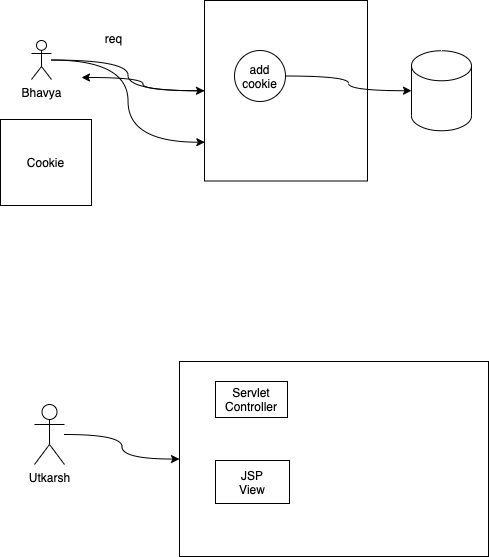
Before: images/day13.drawio.png, a diagram exported from draw.io (adithnaveen/sapient-freshers-aem-oct-2021). Source tidied: cells renumbered, new cells last; positions are measured from the earlier drawing's top-left corner, leaving out a move shared by most shapes. The source it was exported from:
```xml
<mxGraphModel>
  <root>
    <mxCell id="0" />
    <mxCell id="1" parent="0" />
    <mxCell id="2" style="edgeStyle=orthogonalEdgeStyle;curved=1;rounded=0;jettySize=auto;html=1;" parent="1" edge="1" source="4" target="6">
      <mxGeometry relative="1" as="geometry" />
    </mxCell>
    <mxCell id="3" style="edgeStyle=orthogonalEdgeStyle;curved=1;rounded=0;jettySize=auto;html=1;entryX=0.002;entryY=0.785;entryDx=0;entryDy=0;entryPerimeter=0;" parent="1" edge="1" source="4" target="6">
      <mxGeometry relative="1" as="geometry" />
    </mxCell>
    <mxCell id="4" value="Bhavya" style="shape=umlActor;verticalLabelPosition=bottom;verticalAlign=top;html=1;outlineConnect=0;" parent="1" vertex="1">
      <mxGeometry x="31" y="40" width="20" height="39" as="geometry" />
    </mxCell>
    <mxCell id="5" style="edgeStyle=orthogonalEdgeStyle;curved=1;rounded=0;jettySize=auto;html=1;" parent="1" edge="1" source="6">
      <mxGeometry relative="1" as="geometry">
        <mxPoint x="81" y="77" as="targetPoint" />
      </mxGeometry>
    </mxCell>
    <mxCell id="6" style="rounded=0;whiteSpace=wrap;html=1;" parent="1" vertex="1">
      <mxGeometry x="204" width="163" height="180.5" as="geometry" />
    </mxCell>
    <mxCell id="7" value="req" style="text;html=1;align=center;verticalAlign=middle;strokeColor=none;" parent="1" vertex="1">
      <mxGeometry x="99" y="29" width="27" height="18" as="geometry" />
    </mxCell>
    <mxCell id="8" style="edgeStyle=orthogonalEdgeStyle;curved=1;rounded=0;jettySize=auto;html=1;" parent="1" edge="1" source="9" target="11">
      <mxGeometry relative="1" as="geometry" />
    </mxCell>
    <mxCell id="9" value="add&lt;br&gt;cookie" style="ellipse;whiteSpace=wrap;html=1;" parent="1" vertex="1">
      <mxGeometry x="234" y="50" width="51" height="51" as="geometry" />
    </mxCell>
    <mxCell id="10" value="Cookie" style="rounded=0;whiteSpace=wrap;html=1;" parent="1" vertex="1">
      <mxGeometry y="119" width="91" height="86" as="geometry" />
    </mxCell>
    <mxCell id="11" style="shape=cylinder3;whiteSpace=wrap;html=1;boundedLbl=1;backgroundOutline=1;size=15;" parent="1" vertex="1">
      <mxGeometry x="411" y="50.2" width="60" height="80" as="geometry" />
    </mxCell>
    <mxCell id="12" style="edgeStyle=orthogonalEdgeStyle;curved=1;rounded=0;jettySize=auto;html=1;" parent="1" edge="1" source="13" target="14">
      <mxGeometry relative="1" as="geometry" />
    </mxCell>
    <mxCell id="13" value="Utkarsh" style="shape=umlActor;verticalLabelPosition=bottom;verticalAlign=top;html=1;outlineConnect=0;" parent="1" vertex="1">
      <mxGeometry x="34" y="404" width="30" height="60" as="geometry" />
    </mxCell>
    <mxCell id="14" style="rounded=0;whiteSpace=wrap;html=1;" parent="1" vertex="1">
      <mxGeometry x="179" y="361" width="309" height="195" as="geometry" />
    </mxCell>
    <mxCell id="15" value="Servlet&lt;br&gt;Controller" style="rounded=0;whiteSpace=wrap;html=1;" parent="1" vertex="1">
      <mxGeometry x="215" y="381" width="72" height="36" as="geometry" />
    </mxCell>
    <mxCell id="16" value="JSP&lt;br&gt;View" style="rounded=0;whiteSpace=wrap;html=1;" parent="1" vertex="1">
      <mxGeometry x="215" y="460" width="74" height="43" as="geometry" />
    </mxCell>
  </root>
</mxGraphModel>
```
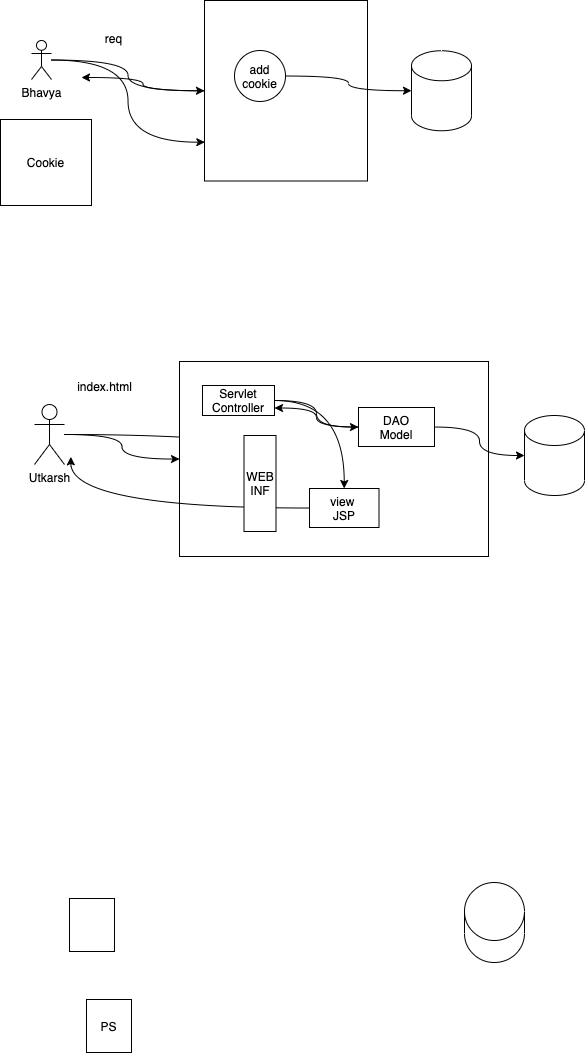
Later version of the same file.

Change to the diagram source:
```diff
@@ -37,17 +37,58 @@
     <mxCell id="12" style="edgeStyle=orthogonalEdgeStyle;curved=1;rounded=0;jettySize=auto;html=1;" parent="1" edge="1" source="13" target="14">
       <mxGeometry relative="1" as="geometry" />
     </mxCell>
+    <mxCell id="17" style="edgeStyle=orthogonalEdgeStyle;curved=1;rounded=0;jettySize=auto;html=1;" parent="1" edge="1" source="13" target="25">
+      <mxGeometry relative="1" as="geometry" />
+    </mxCell>
     <mxCell id="13" value="Utkarsh" style="shape=umlActor;verticalLabelPosition=bottom;verticalAlign=top;html=1;outlineConnect=0;" parent="1" vertex="1">
       <mxGeometry x="34" y="404" width="30" height="60" as="geometry" />
     </mxCell>
     <mxCell id="14" style="rounded=0;whiteSpace=wrap;html=1;" parent="1" vertex="1">
       <mxGeometry x="179" y="361" width="309" height="195" as="geometry" />
     </mxCell>
+    <mxCell id="18" style="edgeStyle=orthogonalEdgeStyle;curved=1;rounded=0;jettySize=auto;html=1;" parent="1" edge="1" source="15" target="22">
+      <mxGeometry relative="1" as="geometry" />
+    </mxCell>
+    <mxCell id="19" style="edgeStyle=orthogonalEdgeStyle;curved=1;rounded=0;jettySize=auto;html=1;" parent="1" edge="1" source="15" target="25">
+      <mxGeometry relative="1" as="geometry" />
+    </mxCell>
     <mxCell id="15" value="Servlet&lt;br&gt;Controller" style="rounded=0;whiteSpace=wrap;html=1;" parent="1" vertex="1">
-      <mxGeometry x="215" y="381" width="72" height="36" as="geometry" />
+      <mxGeometry x="202" y="385" width="72" height="30" as="geometry" />
     </mxCell>
-    <mxCell id="16" value="JSP&lt;br&gt;View" style="rounded=0;whiteSpace=wrap;html=1;" parent="1" vertex="1">
-      <mxGeometry x="215" y="460" width="74" height="43" as="geometry" />
-    </mxCell>
+    <mxCell id="20" style="edgeStyle=orthogonalEdgeStyle;curved=1;rounded=0;jettySize=auto;html=1;" parent="1" edge="1" source="22" target="23">
+      <mxGeometry relative="1" as="geometry" />
+    </mxCell>
+    <mxCell id="21" style="edgeStyle=orthogonalEdgeStyle;curved=1;rounded=0;jettySize=auto;html=1;entryX=1;entryY=0.75;entryDx=0;entryDy=0;" parent="1" edge="1" source="22" target="15">
+      <mxGeometry relative="1" as="geometry" />
+    </mxCell>
+    <mxCell id="22" value="DAO&lt;br&gt;Model" style="rounded=0;whiteSpace=wrap;html=1;" parent="1" vertex="1">
+      <mxGeometry x="358" y="407" width="76" height="39" as="geometry" />
+    </mxCell>
+    <mxCell id="23" style="shape=cylinder3;whiteSpace=wrap;html=1;boundedLbl=1;backgroundOutline=1;size=15;" parent="1" vertex="1">
+      <mxGeometry x="524" y="415" width="60" height="80" as="geometry" />
+    </mxCell>
+    <mxCell id="24" style="edgeStyle=orthogonalEdgeStyle;curved=1;rounded=0;jettySize=auto;html=1;" parent="1" edge="1" source="25">
+      <mxGeometry relative="1" as="geometry">
+        <mxPoint x="70.3" y="456.3" as="targetPoint" />
+      </mxGeometry>
+    </mxCell>
+    <mxCell id="25" value="view&amp;nbsp;&lt;br&gt;JSP" style="rounded=0;whiteSpace=wrap;html=1;" parent="1" vertex="1">
+      <mxGeometry x="309" y="488" width="69.5" height="39" as="geometry" />
+    </mxCell>
+    <mxCell id="26" value="WEB&lt;br&gt;INF" style="rounded=0;whiteSpace=wrap;html=1;" parent="1" vertex="1">
+      <mxGeometry x="243.5" y="435" width="32" height="96" as="geometry" />
+    </mxCell>
+    <mxCell id="27" value="index.html" style="text;html=1;align=center;verticalAlign=middle;strokeColor=none;" parent="1" vertex="1">
+      <mxGeometry x="71" y="377" width="65" height="18" as="geometry" />
+    </mxCell>
+    <mxCell id="28" style="rounded=0;whiteSpace=wrap;html=1;" parent="1" vertex="1">
+      <mxGeometry x="69" y="898" width="45" height="53" as="geometry" />
+    </mxCell>
+    <mxCell id="29" style="shape=cylinder3;whiteSpace=wrap;html=1;boundedLbl=1;backgroundOutline=1;size=29.000000000000114;" parent="1" vertex="1">
+      <mxGeometry x="464" y="882" width="60" height="80" as="geometry" />
+    </mxCell>
+    <mxCell id="30" value="PS" style="rounded=0;whiteSpace=wrap;html=1;" parent="1" vertex="1">
+      <mxGeometry x="86" y="999" width="45" height="53" as="geometry" />
+    </mxCell>
   </root>
 </mxGraphModel>
```
